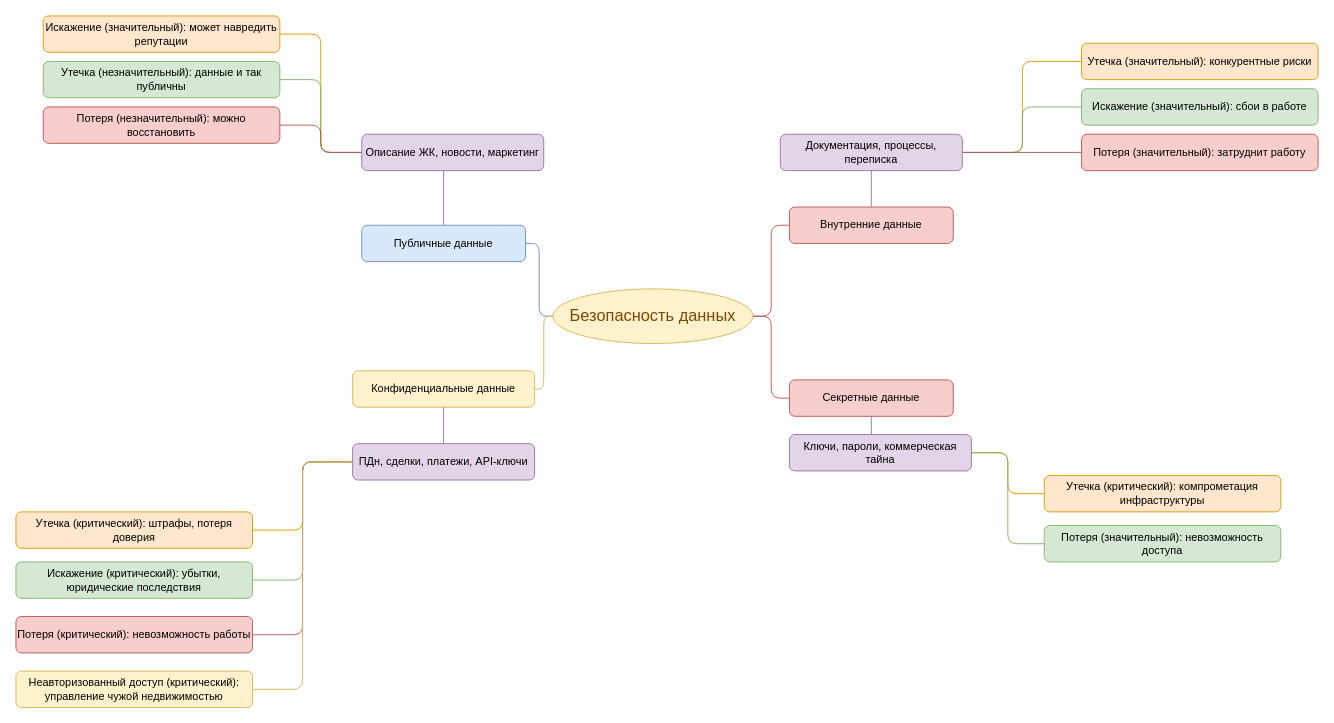
Earlier version of the draw.io diagram Task1/mindmap.drawio.xml (spinel/architecture-propdevelopment). Source tidied: cells renumbered, new cells numbered last; positions are measured from the earlier drawing's top-left corner, leaving out a move shared by most shapes. Both pictures are drawn from the tidied source at 91%, with x=0, y=0 at pixel (15, 15).
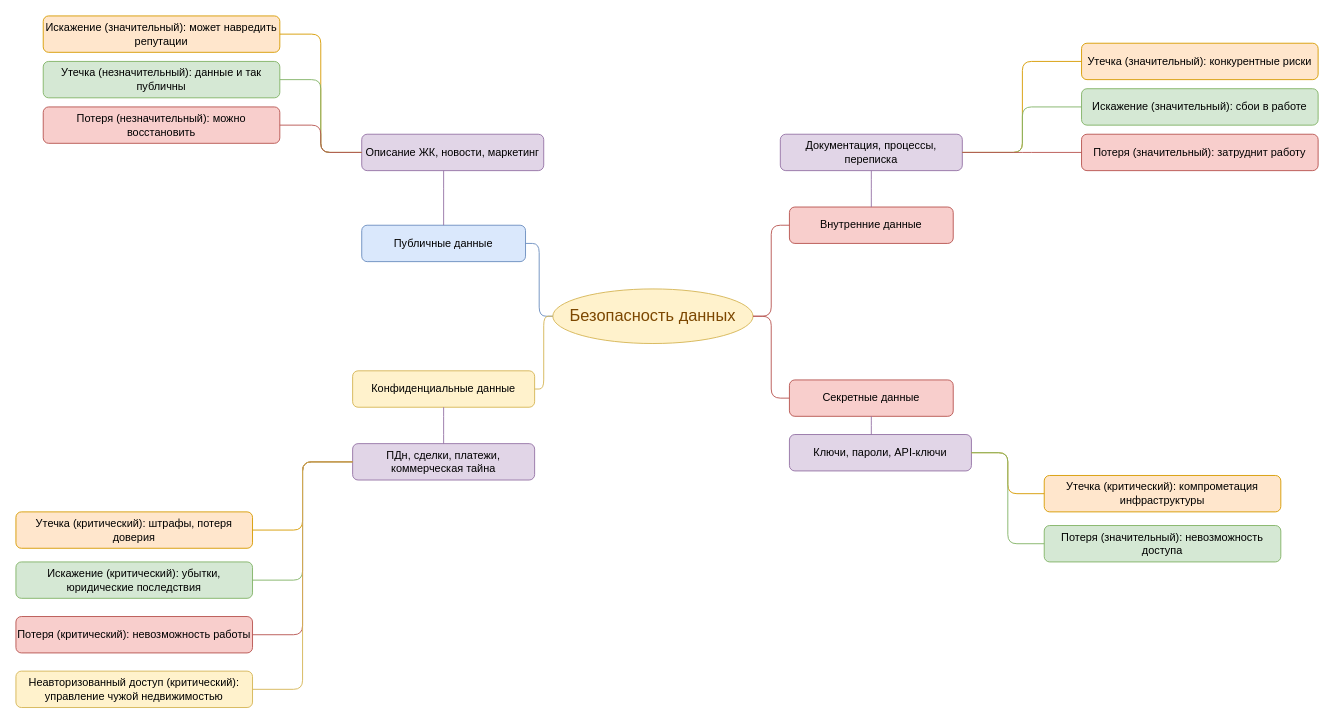
After the change.

Diff of the diagram source:
```diff
@@
-    <mxCell id="25" value="ПДн, сделки, платежи, API-ключи" style="rounded=1;whiteSpace=wrap;html=1;fillColor=#E1D5E7;strokeColor=#9673A6;" parent="1" vertex="1">
+    <mxCell id="25" value="ПДн, сделки, платежи, коммерческая тайна" style="rounded=1;whiteSpace=wrap;html=1;fillColor=#E1D5E7;strokeColor=#9673A6;" parent="1" vertex="1">
       <mxGeometry x="370" y="470" width="200" height="40" as="geometry" />
     </mxCell>
@@
-    <mxCell id="37" value="Ключи, пароли, коммерческая тайна" style="rounded=1;whiteSpace=wrap;html=1;fillColor=#E1D5E7;strokeColor=#9673A6;" parent="1" vertex="1">
+    <mxCell id="37" value="Ключи, пароли, API-ключи" style="rounded=1;whiteSpace=wrap;html=1;fillColor=#E1D5E7;strokeColor=#9673A6;" parent="1" vertex="1">
       <mxGeometry x="850" y="460" width="200" height="40" as="geometry" />
     </mxCell>
```
